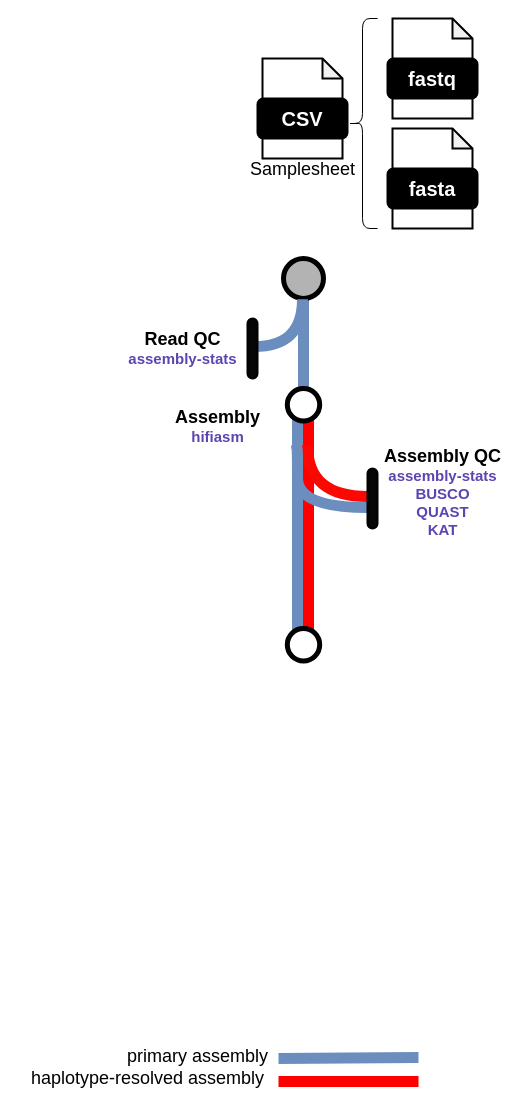
thebioinformaticscro/sbp-hifigenomeassembly keeps this draw.io diagram as docs/images/Assembly_metromap.drawio. Above is the earlier version. Source tidied: cells renumbered, new cells numbered last; positions are measured from the earlier drawing's top-left corner, leaving out a move shared by most shapes. Both pictures are drawn from the tidied source at 100%, with x=0, y=0 at pixel (17, 18).
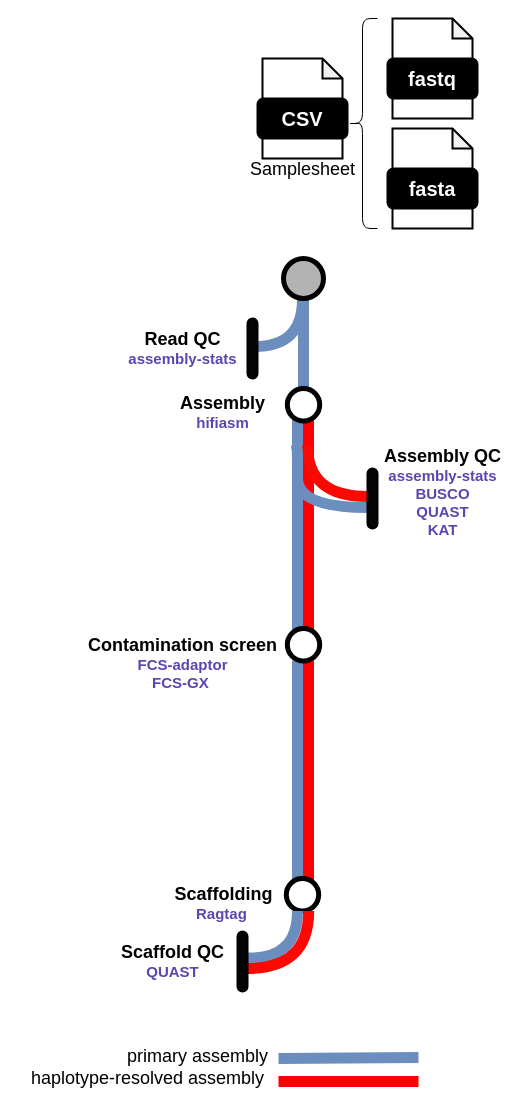
Above is the later version.

Unchanged cells that the change refers to:
```xml
<mxCell id="13" style="group;" parent="1" vertex="1">
  <mxGeometry x="266" y="280" width="40" height="340" as="geometry" />
</mxCell>
```

What changed in the source:
```diff
@@
+    <mxCell id="32" style="endArrow=none;html=1;rounded=1;strokeWidth=11;fontSize=12;startSize=8;endSize=8;curved=1;exitX=0.5;exitY=1;exitDx=0;exitDy=0;fillColor=#dae8fc;strokeColor=#6c8ebf;" parent="13" edge="1">
+      <mxGeometry relative="1" as="geometry">
+        <mxPoint x="14" y="362" as="sourcePoint" />
+        <mxPoint x="14" y="583" as="targetPoint" />
+      </mxGeometry>
+    </mxCell>
+    <mxCell id="33" style="endArrow=none;html=1;rounded=1;strokeWidth=11;fontSize=12;startSize=8;endSize=8;curved=1;exitX=0.5;exitY=1;exitDx=0;exitDy=0;fillColor=#dae8fc;strokeColor=#FF0000;" parent="13" edge="1">
+      <mxGeometry relative="1" as="geometry">
+        <mxPoint x="25" y="362" as="sourcePoint" />
+        <mxPoint x="25" y="583" as="targetPoint" />
+      </mxGeometry>
+    </mxCell>
     <mxCell id="18" value="&lt;span style=&quot;font-size: 18px;&quot;&gt;&lt;b&gt;Assembly&lt;/b&gt;&lt;/span&gt;&lt;div&gt;&lt;b style=&quot;&quot;&gt;&lt;font color=&quot;#5c45b0&quot; style=&quot;font-size: 15px;&quot;&gt;hifiasm&lt;/font&gt;&lt;/b&gt;&lt;/div&gt;" style="text;html=1;align=center;verticalAlign=middle;strokeColor=none;fillColor=none;" parent="1" vertex="1">
-      <mxGeometry x="145" y="383" width="110" height="50" as="geometry" />
+      <mxGeometry x="150" y="369" width="110" height="50" as="geometry" />
     </mxCell>
@@
-    <mxCell id="28" style="ellipse;whiteSpace=wrap;html=1;rounded=1;rotation=0;strokeWidth=5;fillColor=#B3B3B3;" parent="1" vertex="1">
-      <mxGeometry x="266" y="240" width="40" height="40" as="geometry" />
-    </mxCell>
@@
+    <mxCell id="34" value="&lt;span style=&quot;font-size: 18px;&quot;&gt;&lt;b&gt;Contamination screen&lt;/b&gt;&lt;/span&gt;&lt;br&gt;&lt;div&gt;&lt;b style=&quot;&quot;&gt;&lt;font color=&quot;#5c45b0&quot; style=&quot;font-size: 15px;&quot;&gt;FCS-adaptor&lt;/font&gt;&lt;/b&gt;&lt;/div&gt;&lt;div&gt;&lt;b style=&quot;&quot;&gt;&lt;font color=&quot;#5c45b0&quot; style=&quot;font-size: 15px;&quot;&gt;FCS-GX&amp;nbsp;&lt;/font&gt;&lt;/b&gt;&lt;/div&gt;" style="text;html=1;align=center;verticalAlign=middle;strokeColor=none;fillColor=none;" parent="1" vertex="1">
+      <mxGeometry x="59.8" y="610" width="210" height="70" as="geometry" />
+    </mxCell>
+    <mxCell id="28" style="ellipse;whiteSpace=wrap;html=1;rounded=1;rotation=0;strokeWidth=5;fillColor=#B3B3B3;" parent="1" vertex="1">
+      <mxGeometry x="266" y="240" width="40" height="40" as="geometry" />
+    </mxCell>
+    <mxCell id="35" style="ellipse;whiteSpace=wrap;html=1;rounded=1;rotation=0;strokeWidth=5;" parent="1" vertex="1">
+      <mxGeometry x="268.8" y="860" width="32.4" height="32.4" as="geometry" />
+    </mxCell>
+    <mxCell id="36" value="&lt;span style=&quot;font-size: 18px;&quot;&gt;&lt;b&gt;Scaffolding&lt;/b&gt;&lt;/span&gt;&lt;br&gt;&lt;div&gt;&lt;b style=&quot;background-color: initial;&quot;&gt;&lt;font color=&quot;#5c45b0&quot; style=&quot;font-size: 15px;&quot;&gt;Ragtag&amp;nbsp;&lt;/font&gt;&lt;/b&gt;&lt;/div&gt;" style="text;html=1;align=center;verticalAlign=middle;strokeColor=none;fillColor=none;" parent="1" vertex="1">
+      <mxGeometry x="146" y="860" width="120" height="50" as="geometry" />
+    </mxCell>
+    <mxCell id="37" style="endArrow=none;html=1;rounded=1;strokeWidth=11;fontSize=12;startSize=8;endSize=8;curved=1;exitX=0.5;exitY=1;exitDx=0;exitDy=0;fillColor=#dae8fc;strokeColor=#6c8ebf;edgeStyle=orthogonalEdgeStyle;entryX=1;entryY=0.28;entryDx=0;entryDy=0;entryPerimeter=0;" parent="1" edge="1">
+      <mxGeometry relative="1" as="geometry">
+        <mxPoint x="280" y="892.4" as="sourcePoint" />
+        <mxPoint x="230" y="939.6" as="targetPoint" />
+        <Array as="points">
+          <mxPoint x="280" y="940.6" />
+        </Array>
+      </mxGeometry>
+    </mxCell>
+    <mxCell id="38" style="endArrow=none;html=1;rounded=1;strokeWidth=11;fontSize=12;startSize=8;endSize=8;curved=1;exitX=0.5;exitY=1;exitDx=0;exitDy=0;fillColor=#dae8fc;strokeColor=#fb0802;edgeStyle=orthogonalEdgeStyle;" parent="1" edge="1">
+      <mxGeometry relative="1" as="geometry">
+        <mxPoint x="291.2" y="892.4" as="sourcePoint" />
+        <mxPoint x="230" y="950" as="targetPoint" />
+        <Array as="points">
+          <mxPoint x="291" y="950" />
+        </Array>
+      </mxGeometry>
+    </mxCell>
+    <mxCell id="39" style="rounded=1;whiteSpace=wrap;html=1;strokeWidth=2;arcSize=50;fillColor=#050505;" parent="1" vertex="1">
+      <mxGeometry x="220" y="913" width="10" height="60" as="geometry" />
+    </mxCell>
+    <mxCell id="40" value="&lt;span style=&quot;font-size: 18px;&quot;&gt;&lt;b&gt;Scaffold QC&lt;/b&gt;&lt;/span&gt;&lt;br&gt;&lt;div&gt;&lt;font color=&quot;#5c45b0&quot;&gt;&lt;span style=&quot;font-size: 15px;&quot;&gt;&lt;b&gt;QUAST&lt;/b&gt;&lt;/span&gt;&lt;/font&gt;&lt;/div&gt;" style="text;html=1;align=center;verticalAlign=middle;strokeColor=none;fillColor=none;" parent="1" vertex="1">
+      <mxGeometry x="90" y="918" width="130" height="50" as="geometry" />
+    </mxCell>
```
